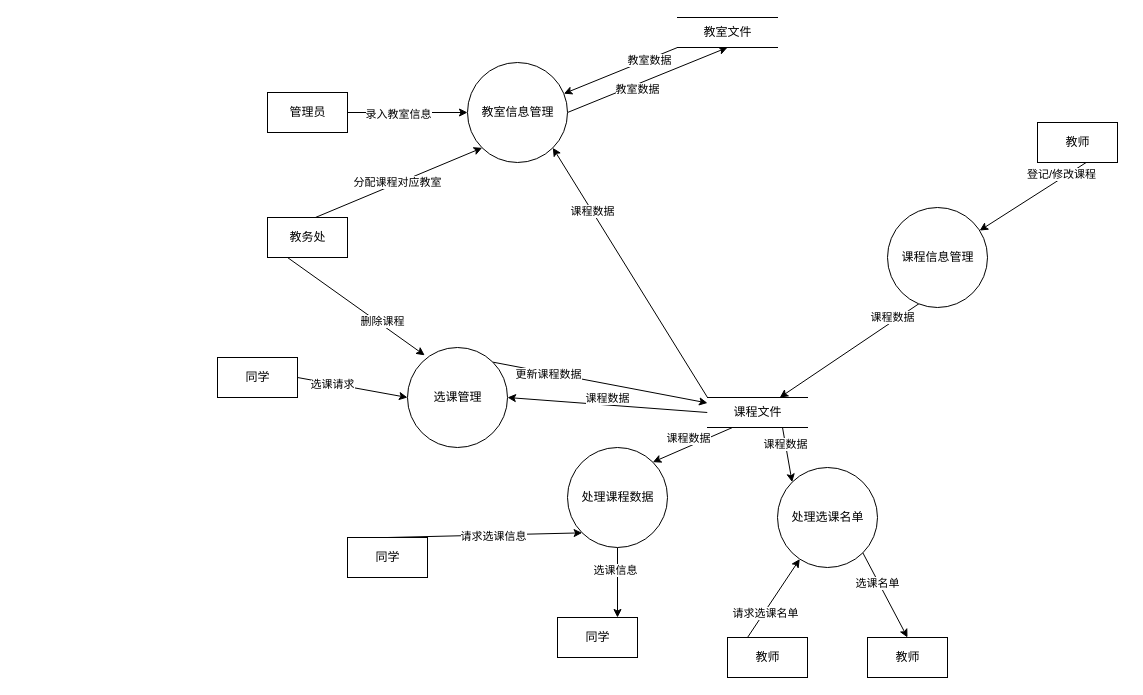
The draw.io diagram 选修课安排系统第一层数据流图.drawio in xinhecuican/draw, before the edit. Source tidied: cells renumbered, new cells numbered last; positions are measured from the earlier drawing's top-left corner, leaving out a move shared by most shapes. Both pictures are drawn from the tidied source at 100%, with x=0, y=0 at pixel (217, 17).
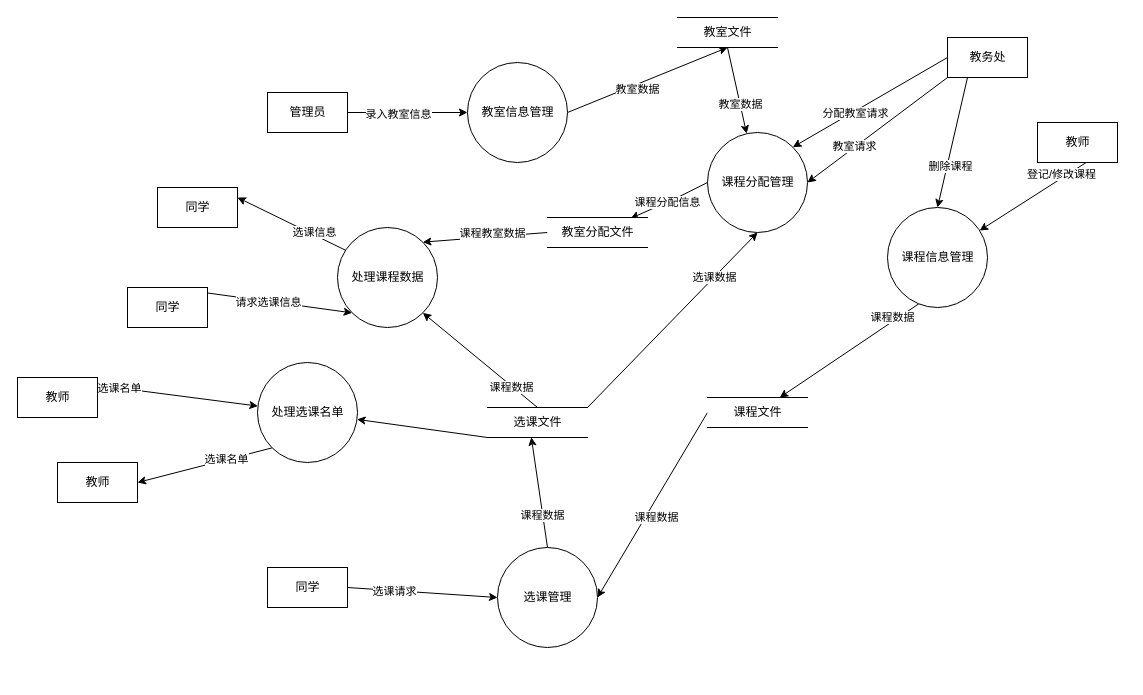
Above is the later version.

Commit message:
更新选修课安排系统第一层数据流图.drawio

The change refers to these unchanged cells:
```xml
<mxCell id="7" value="教室信息管理" style="shape=ellipse;html=1;dashed=0;whitespace=wrap;perimeter=ellipsePerimeter;" parent="1" vertex="1">
  <mxGeometry x="250" y="45" width="100" height="100" as="geometry" />
</mxCell>
<mxCell id="10" value="教室文件" style="html=1;dashed=0;whitespace=wrap;shape=partialRectangle;right=0;left=0;rotation=0;" parent="1" vertex="1">
  <mxGeometry x="460" width="100" height="30" as="geometry" />
</mxCell>
<mxCell id="16" value="课程信息管理" style="shape=ellipse;html=1;dashed=0;whitespace=wrap;perimeter=ellipsePerimeter;" parent="1" vertex="1">
  <mxGeometry x="670" y="190" width="100" height="100" as="geometry" />
</mxCell>
<mxCell id="24" value="课程文件" style="html=1;dashed=0;whitespace=wrap;shape=partialRectangle;right=0;left=0;rotation=0;" parent="1" vertex="1">
  <mxGeometry x="490" y="380" width="100" height="30" as="geometry" />
</mxCell>
```

Change to the diagram source:
```diff
@@
-    <mxCell id="8" style="edgeStyle=none;rounded=0;jettySize=auto;html=1;exitX=0;exitY=1;exitDx=0;exitDy=0;" parent="1" edge="1" source="10" target="7">
-      <mxGeometry relative="1" as="geometry" />
-    </mxCell>
+    <mxCell id="52" style="rounded=0;jettySize=auto;html=1;exitX=0.5;exitY=1;exitDx=0;exitDy=0;" parent="1" edge="1" source="10" target="59">
+      <mxGeometry relative="1" as="geometry" />
+    </mxCell>
-    <mxCell id="9" value="教室数据" style="edgeLabel;html=1;align=center;verticalAlign=middle;" parent="8" vertex="1">
-      <mxGeometry x="-0.49" y="1" relative="1" as="geometry" />
+    <mxCell id="9" value="教室数据" style="edgeLabel;html=1;align=center;verticalAlign=middle;" parent="52" vertex="1">
+      <mxGeometry x="0.31" relative="1" as="geometry" />
     </mxCell>
@@
-    <mxCell id="19" style="edgeStyle=none;rounded=0;jettySize=auto;html=1;exitX=0.25;exitY=1;exitDx=0;exitDy=0;entryX=1;entryY=0;entryDx=0;entryDy=0;" parent="1" edge="1" source="24" target="36">
-      <mxGeometry relative="1" as="geometry" />
-    </mxCell>
-    <mxCell id="20" style="edgeStyle=none;rounded=0;jettySize=auto;html=1;exitX=0.75;exitY=1;exitDx=0;exitDy=0;entryX=0;entryY=0;entryDx=0;entryDy=0;" parent="1" edge="1" source="24" target="43">
-      <mxGeometry relative="1" as="geometry" />
-    </mxCell>
-    <mxCell id="21" value="课程数据" style="edgeLabel;html=1;align=center;verticalAlign=middle;" parent="20" vertex="1">
-      <mxGeometry x="-0.38" relative="1" as="geometry" />
-    </mxCell>
-    <mxCell id="22" style="edgeStyle=none;rounded=0;jettySize=auto;html=1;exitX=0;exitY=0;exitDx=0;exitDy=0;entryX=1;entryY=1;entryDx=0;entryDy=0;" parent="1" edge="1" source="24" target="7">
+    <mxCell id="22" style="edgeStyle=none;rounded=0;jettySize=auto;html=1;exitX=1;exitY=0;exitDx=0;exitDy=0;entryX=0.5;entryY=1;entryDx=0;entryDy=0;" parent="1" edge="1" source="63" target="59">
       <mxGeometry relative="1" as="geometry" />
     </mxCell>
-    <mxCell id="23" value="课程数据" style="edgeLabel;html=1;align=center;verticalAlign=middle;" parent="22" vertex="1">
+    <mxCell id="23" value="选课数据" style="edgeLabel;html=1;align=center;verticalAlign=middle;" parent="22" vertex="1">
       <mxGeometry x="0.49" relative="1" as="geometry" />
     </mxCell>
@@
     <mxCell id="27" value="同学" style="html=1;dashed=0;whitespace=wrap;" parent="1" vertex="1">
-      <mxGeometry y="340" width="80" height="40" as="geometry" />
+      <mxGeometry x="50" y="550" width="80" height="40" as="geometry" />
     </mxCell>
-    <mxCell id="28" style="edgeStyle=none;rounded=0;jettySize=auto;html=1;exitX=1;exitY=0;exitDx=0;exitDy=0;" parent="1" edge="1" source="30" target="24">
-      <mxGeometry relative="1" as="geometry" />
-    </mxCell>
-    <mxCell id="29" value="更新课程数据" style="edgeLabel;html=1;align=center;verticalAlign=middle;" parent="28" vertex="1">
-      <mxGeometry x="-0.49" y="-1" relative="1" as="geometry" />
-    </mxCell>
+    <mxCell id="53" style="edgeStyle=none;rounded=0;jettySize=auto;html=1;exitX=0.5;exitY=0;exitDx=0;exitDy=0;entryX=0.438;entryY=0.993;entryDx=0;entryDy=0;entryPerimeter=0;" parent="1" edge="1" source="30" target="63">
+      <mxGeometry relative="1" as="geometry" />
+    </mxCell>
+    <mxCell id="54" value="课程数据" style="edgeLabel;html=1;align=center;verticalAlign=middle;" parent="53" vertex="1">
+      <mxGeometry x="-0.41" y="1" relative="1" as="geometry" />
+    </mxCell>
     <mxCell id="30" value="选课管理" style="shape=ellipse;html=1;dashed=0;whitespace=wrap;perimeter=ellipsePerimeter;" parent="1" vertex="1">
-      <mxGeometry x="190" y="330" width="100" height="100" as="geometry" />
+      <mxGeometry x="280" y="530" width="100" height="100" as="geometry" />
     </mxCell>
@@
     <mxCell id="33" value="同学" style="html=1;dashed=0;whitespace=wrap;" parent="1" vertex="1">
-      <mxGeometry x="130" y="520" width="80" height="40" as="geometry" />
+      <mxGeometry x="-90" y="270" width="80" height="40" as="geometry" />
     </mxCell>
-    <mxCell id="34" style="edgeStyle=none;rounded=0;jettySize=auto;html=1;exitX=0.5;exitY=1;exitDx=0;exitDy=0;entryX=0.75;entryY=0;entryDx=0;entryDy=0;" parent="1" edge="1" source="36" target="44">
+    <mxCell id="34" style="edgeStyle=none;rounded=0;jettySize=auto;html=1;exitX=0.086;exitY=0.23;exitDx=0;exitDy=0;entryX=1;entryY=0.25;entryDx=0;entryDy=0;exitPerimeter=0;" parent="1" edge="1" source="36" target="44">
       <mxGeometry relative="1" as="geometry" />
     </mxCell>
@@
     <mxCell id="36" value="处理课程数据" style="shape=ellipse;html=1;dashed=0;whitespace=wrap;perimeter=ellipsePerimeter;" parent="1" vertex="1">
-      <mxGeometry x="350" y="430" width="100" height="100" as="geometry" />
+      <mxGeometry x="120" y="210" width="100" height="100" as="geometry" />
     </mxCell>
-    <mxCell id="37" value="课程数据" style="edgeLabel;html=1;align=center;verticalAlign=middle;" parent="1" vertex="1">
-      <mxGeometry x="470" y="420" as="geometry" />
-    </mxCell>
@@
     <mxCell id="40" value="教师" style="html=1;dashed=0;whitespace=wrap;" parent="1" vertex="1">
-      <mxGeometry x="510" y="620" width="80" height="40" as="geometry" />
+      <mxGeometry x="-200" y="360" width="80" height="40" as="geometry" />
     </mxCell>
-    <mxCell id="41" style="edgeStyle=none;rounded=0;jettySize=auto;html=1;exitX=1;exitY=1;exitDx=0;exitDy=0;entryX=0.5;entryY=0;entryDx=0;entryDy=0;" parent="1" edge="1" source="43" target="45">
+    <mxCell id="41" style="edgeStyle=none;rounded=0;jettySize=auto;html=1;exitX=0;exitY=1;exitDx=0;exitDy=0;entryX=1;entryY=0.5;entryDx=0;entryDy=0;" parent="1" edge="1" source="43" target="45">
       <mxGeometry relative="1" as="geometry" />
     </mxCell>
@@
     <mxCell id="43" value="处理选课名单" style="shape=ellipse;html=1;dashed=0;whitespace=wrap;perimeter=ellipsePerimeter;" parent="1" vertex="1">
-      <mxGeometry x="560" y="450" width="100" height="100" as="geometry" />
+      <mxGeometry x="40" y="345" width="100" height="100" as="geometry" />
     </mxCell>
     <mxCell id="44" value="同学" style="html=1;dashed=0;whitespace=wrap;" parent="1" vertex="1">
-      <mxGeometry x="340" y="600" width="80" height="40" as="geometry" />
+      <mxGeometry x="-60" y="170" width="80" height="40" as="geometry" />
     </mxCell>
     <mxCell id="45" value="教师" style="html=1;dashed=0;whitespace=wrap;" parent="1" vertex="1">
-      <mxGeometry x="650" y="620" width="80" height="40" as="geometry" />
+      <mxGeometry x="-160" y="445" width="80" height="40" as="geometry" />
     </mxCell>
-    <mxCell id="46" style="edgeStyle=none;rounded=0;jettySize=auto;html=1;exitX=0.25;exitY=1;exitDx=0;exitDy=0;entryX=0.172;entryY=0.078;entryDx=0;entryDy=0;entryPerimeter=0;" parent="1" edge="1" source="50" target="30">
+    <mxCell id="46" style="edgeStyle=none;rounded=0;jettySize=auto;html=1;exitX=0.25;exitY=1;exitDx=0;exitDy=0;entryX=0.5;entryY=0;entryDx=0;entryDy=0;" parent="1" edge="1" source="50" target="16">
       <mxGeometry relative="1" as="geometry" />
     </mxCell>
@@
-    <mxCell id="48" style="edgeStyle=none;rounded=0;jettySize=auto;html=1;exitX=0;exitY=0.5;exitDx=0;exitDy=0;entryX=0;entryY=1;entryDx=0;entryDy=0;" parent="1" edge="1" source="50" target="7">
+    <mxCell id="48" style="edgeStyle=none;rounded=0;jettySize=auto;html=1;exitX=0;exitY=0.5;exitDx=0;exitDy=0;entryX=1;entryY=0;entryDx=0;entryDy=0;" parent="1" edge="1" source="50" target="59">
       <mxGeometry relative="1" as="geometry" />
     </mxCell>
-    <mxCell id="49" value="分配课程对应教室" style="edgeLabel;html=1;align=center;verticalAlign=middle;" parent="48" vertex="1">
+    <mxCell id="49" value="分配教室请求" style="edgeLabel;html=1;align=center;verticalAlign=middle;" parent="48" vertex="1">
       <mxGeometry x="0.21" y="1" relative="1" as="geometry" />
     </mxCell>
+    <mxCell id="55" style="edgeStyle=none;rounded=0;jettySize=auto;html=1;exitX=0;exitY=1;exitDx=0;exitDy=0;entryX=1;entryY=0.5;entryDx=0;entryDy=0;" parent="1" edge="1" source="50" target="59">
+      <mxGeometry relative="1" as="geometry" />
+    </mxCell>
+    <mxCell id="56" value="教室请求" style="edgeLabel;html=1;align=center;verticalAlign=middle;" parent="55" vertex="1">
+      <mxGeometry x="0.32" y="-1" relative="1" as="geometry" />
+    </mxCell>
     <mxCell id="50" value="教务处" style="html=1;dashed=0;whitespace=wrap;" parent="1" vertex="1">
-      <mxGeometry x="50" y="200" width="80" height="40" as="geometry" />
+      <mxGeometry x="730" y="20" width="80" height="40" as="geometry" />
     </mxCell>
@@
+    <mxCell id="57" style="edgeStyle=none;rounded=0;jettySize=auto;html=1;exitX=0;exitY=0.5;exitDx=0;exitDy=0;entryX=0.83;entryY=0.033;entryDx=0;entryDy=0;entryPerimeter=0;" parent="1" edge="1" source="59" target="66">
+      <mxGeometry relative="1" as="geometry">
+        <Array as="points">
+          <mxPoint x="460" y="180" />
+        </Array>
+      </mxGeometry>
+    </mxCell>
+    <mxCell id="58" value="课程分配信息" style="edgeLabel;html=1;align=center;verticalAlign=middle;" parent="57" vertex="1">
+      <mxGeometry x="0.05" relative="1" as="geometry" />
+    </mxCell>
+    <mxCell id="59" value="课程分配管理" style="shape=ellipse;html=1;dashed=0;whitespace=wrap;perimeter=ellipsePerimeter;" parent="1" vertex="1">
+      <mxGeometry x="490" y="115" width="100" height="100" as="geometry" />
+    </mxCell>
+    <mxCell id="60" style="edgeStyle=none;rounded=0;jettySize=auto;html=1;exitX=0.5;exitY=0;exitDx=0;exitDy=0;entryX=1;entryY=1;entryDx=0;entryDy=0;" parent="1" edge="1" source="63" target="36">
+      <mxGeometry relative="1" as="geometry" />
+    </mxCell>
+    <mxCell id="61" value="课程数据" style="edgeLabel;html=1;align=center;verticalAlign=middle;" parent="60" vertex="1">
+      <mxGeometry x="-0.56" y="1" relative="1" as="geometry" />
+    </mxCell>
+    <mxCell id="62" style="edgeStyle=none;rounded=0;jettySize=auto;html=1;exitX=0;exitY=1;exitDx=0;exitDy=0;" parent="1" edge="1" source="63" target="43">
+      <mxGeometry relative="1" as="geometry" />
+    </mxCell>
+    <mxCell id="63" value="选课文件" style="html=1;dashed=0;whitespace=wrap;shape=partialRectangle;right=0;left=0;rotation=0;" parent="1" vertex="1">
+      <mxGeometry x="270" y="390" width="100" height="30" as="geometry" />
+    </mxCell>
+    <mxCell id="64" style="edgeStyle=none;rounded=0;jettySize=auto;html=1;exitX=0;exitY=0.5;exitDx=0;exitDy=0;entryX=1;entryY=0;entryDx=0;entryDy=0;" parent="1" edge="1" source="66" target="36">
+      <mxGeometry relative="1" as="geometry" />
+    </mxCell>
+    <mxCell id="65" value="课程教室数据" style="edgeLabel;html=1;align=center;verticalAlign=middle;" parent="64" vertex="1">
+      <mxGeometry x="-0.34" y="1" relative="1" as="geometry">
+        <mxPoint x="-15" y="-4" as="offset" />
+      </mxGeometry>
+    </mxCell>
+    <mxCell id="66" value="教室分配文件" style="html=1;dashed=0;whitespace=wrap;shape=partialRectangle;right=0;left=0;rotation=0;" parent="1" vertex="1">
+      <mxGeometry x="330" y="200" width="100" height="30" as="geometry" />
+    </mxCell>
```
